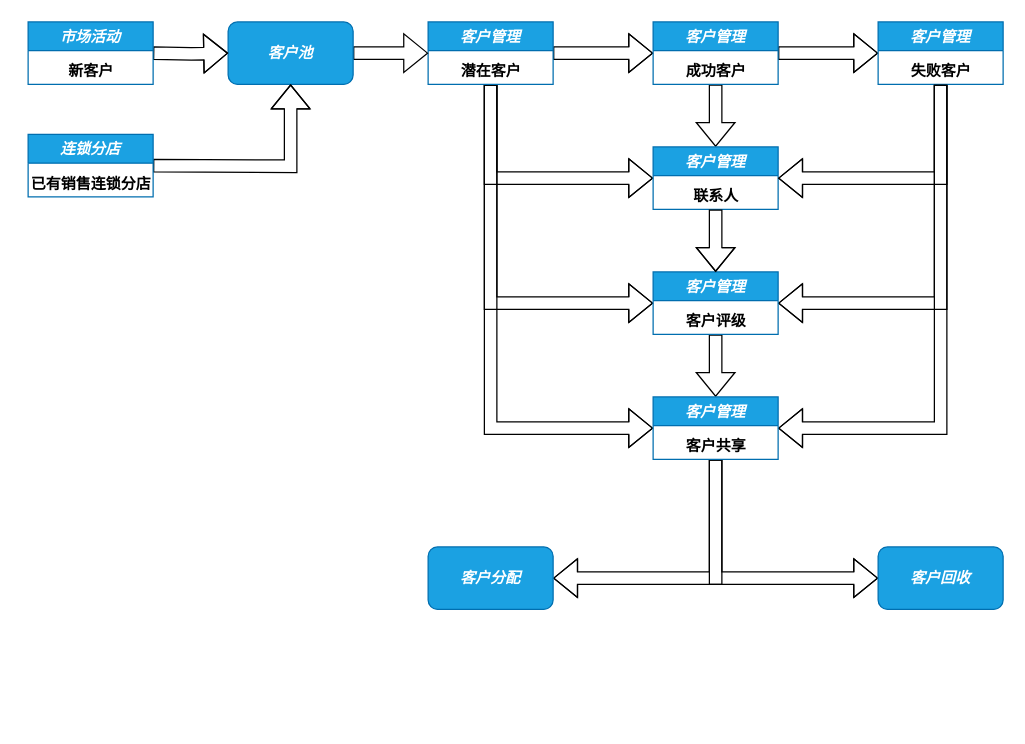
Before: page "客户管理" (2 of 3) of Untitled Diagram.drawio in rosickyli/Oracle_function, a draw.io diagram. Source tidied: cells renumbered, new cells numbered last; positions are measured from the earlier drawing's top-left corner, leaving out a move shared by most shapes. Both pictures are drawn from the tidied source at 125%, with x=0, y=0 at pixel (21, 21).
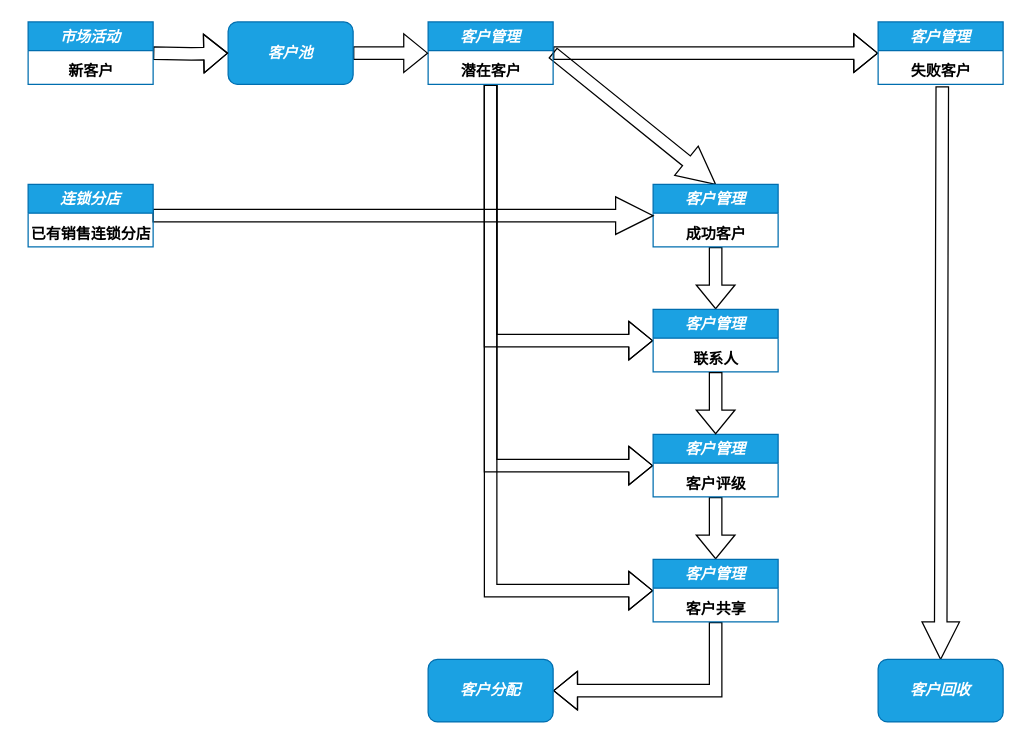
Above is the later version.

Unchanged cells that the change refers to:
```xml
<mxCell id="6" value="客户管理" style="swimlane;fontStyle=3;fillColor=#1ba1e2;strokeColor=#006EAF;fontColor=#ffffff;" parent="1" vertex="1">
  <mxGeometry x="325" width="100" height="50" as="geometry" />
</mxCell>
<mxCell id="7" value="&lt;b&gt;潜在客户&lt;/b&gt;" style="text;html=1;align=center;verticalAlign=middle;points=[];strokeColor=none;fillColor=none;" parent="6" vertex="1">
  <mxGeometry x="20" y="30" width="60" height="20" as="geometry" />
</mxCell>
<mxCell id="14" value="客户管理" style="swimlane;fontStyle=3;fillColor=#1ba1e2;strokeColor=#006EAF;fontColor=#ffffff;" parent="1" vertex="1">
  <mxGeometry x="685" width="100" height="50" as="geometry" />
</mxCell>
<mxCell id="15" value="&lt;b&gt;失败客户&lt;/b&gt;" style="text;html=1;align=center;verticalAlign=middle;points=[];strokeColor=none;fillColor=none;" parent="14" vertex="1">
  <mxGeometry x="20" y="30" width="60" height="20" as="geometry" />
</mxCell>
<mxCell id="17" value="&lt;b&gt;联系人&lt;/b&gt;" style="text;html=1;align=center;verticalAlign=middle;points=[];strokeColor=none;fillColor=none;" parent="16" vertex="1">
  <mxGeometry x="25" y="30" width="50" height="20" as="geometry" />
</mxCell>
<mxCell id="29" value="客户池" style="rounded=1;whiteSpace=wrap;html=1;fontColor=#ffffff;fillColor=#1ba1e2;strokeColor=#006EAF;fontStyle=3;" parent="1" vertex="1">
  <mxGeometry x="165" width="100" height="50" as="geometry" />
</mxCell>
```

The edit, as a diff of the source:
```diff
@@
     <mxCell id="2" style="edgeStyle=orthogonalEdgeStyle;shape=flexArrow;rounded=0;jettySize=auto;html=1;" parent="1" edge="1" source="6">
       <mxGeometry relative="1" as="geometry">
-        <mxPoint x="505" y="25" as="targetPoint" />
+        <mxPoint x="685" y="25" as="targetPoint" />
       </mxGeometry>
     </mxCell>
     <mxCell id="3" style="edgeStyle=orthogonalEdgeStyle;shape=flexArrow;rounded=0;jettySize=auto;html=1;entryX=0;entryY=0.5;entryDx=0;entryDy=0;" parent="1" edge="1" source="6" target="19">
       <mxGeometry relative="1" as="geometry">
         <Array as="points">
-          <mxPoint x="375" y="225" />
+          <mxPoint x="375" y="355" />
         </Array>
       </mxGeometry>
     </mxCell>
     <mxCell id="4" style="edgeStyle=orthogonalEdgeStyle;shape=flexArrow;rounded=0;jettySize=auto;html=1;entryX=0;entryY=0.5;entryDx=0;entryDy=0;" parent="1" edge="1" source="6" target="23">
       <mxGeometry relative="1" as="geometry">
         <Array as="points">
-          <mxPoint x="375" y="325" />
+          <mxPoint x="375" y="455" />
         </Array>
       </mxGeometry>
     </mxCell>
     <mxCell id="5" style="edgeStyle=orthogonalEdgeStyle;shape=flexArrow;rounded=0;jettySize=auto;html=1;entryX=0;entryY=0.5;entryDx=0;entryDy=0;exitX=0.5;exitY=1;exitDx=0;exitDy=0;exitPerimeter=0;" parent="1" edge="1" source="7" target="16">
       <mxGeometry relative="1" as="geometry">
         <Array as="points">
-          <mxPoint x="375" y="125" />
+          <mxPoint x="375" y="255" />
         </Array>
       </mxGeometry>
     </mxCell>
+    <mxCell id="37" style="edgeStyle=none;shape=arrow;curved=1;rounded=0;jettySize=auto;html=1;entryX=0.5;entryY=0;entryDx=0;entryDy=0;endArrow=open;startSize=14;endSize=14;sourcePerimeterSpacing=8;targetPerimeterSpacing=8;" parent="1" edge="1" target="10">
+      <mxGeometry relative="1" as="geometry">
+        <mxPoint x="425" y="25" as="sourcePoint" />
+      </mxGeometry>
+    </mxCell>
@@
-    <mxCell id="8" style="edgeStyle=orthogonalEdgeStyle;shape=flexArrow;rounded=0;jettySize=auto;html=1;" parent="1" edge="1" source="10">
-      <mxGeometry relative="1" as="geometry">
-        <mxPoint x="685" y="25" as="targetPoint" />
-      </mxGeometry>
-    </mxCell>
@@
     <mxCell id="10" value="客户管理" style="swimlane;fontStyle=3;fillColor=#1ba1e2;strokeColor=#006EAF;fontColor=#ffffff;" parent="1" vertex="1">
-      <mxGeometry x="505" width="100" height="50" as="geometry" />
+      <mxGeometry x="505" y="130" width="100" height="50" as="geometry" />
     </mxCell>
@@
-    <mxCell id="12" style="edgeStyle=orthogonalEdgeStyle;shape=flexArrow;rounded=0;jettySize=auto;html=1;" parent="1" edge="1" source="14">
-      <mxGeometry relative="1" as="geometry">
-        <mxPoint x="605" y="225" as="targetPoint" />
-        <Array as="points">
-          <mxPoint x="735" y="225" />
-        </Array>
-      </mxGeometry>
-    </mxCell>
-    <mxCell id="13" style="edgeStyle=orthogonalEdgeStyle;shape=flexArrow;rounded=0;jettySize=auto;html=1;" parent="1" edge="1" source="14">
-      <mxGeometry relative="1" as="geometry">
-        <mxPoint x="605" y="325" as="targetPoint" />
-        <Array as="points">
-          <mxPoint x="735" y="325" />
-        </Array>
-      </mxGeometry>
-    </mxCell>
+    <mxCell id="38" style="edgeStyle=none;shape=arrow;curved=1;rounded=0;jettySize=auto;html=1;entryX=0.5;entryY=0;entryDx=0;entryDy=0;endArrow=open;startSize=14;endSize=14;sourcePerimeterSpacing=8;targetPerimeterSpacing=8;exitX=0.522;exitY=1.1;exitDx=0;exitDy=0;exitPerimeter=0;" parent="1" edge="1" source="15" target="27">
+      <mxGeometry relative="1" as="geometry" />
+    </mxCell>
@@
     <mxCell id="16" value="客户管理" style="swimlane;fontStyle=3;fillColor=#1ba1e2;strokeColor=#006EAF;fontColor=#ffffff;" parent="1" vertex="1">
-      <mxGeometry x="505" y="100" width="100" height="50" as="geometry" />
+      <mxGeometry x="505" y="230" width="100" height="50" as="geometry" />
     </mxCell>
@@
     <mxCell id="19" value="客户管理" style="swimlane;fontStyle=3;fillColor=#1ba1e2;strokeColor=#006EAF;fontColor=#ffffff;startSize=23;" parent="1" vertex="1">
-      <mxGeometry x="505" y="200" width="100" height="50" as="geometry" />
+      <mxGeometry x="505" y="330" width="100" height="50" as="geometry" />
     </mxCell>
@@
-    <mxCell id="21" style="edgeStyle=orthogonalEdgeStyle;shape=flexArrow;rounded=0;jettySize=auto;html=1;entryX=0;entryY=0.5;entryDx=0;entryDy=0;" parent="1" edge="1" source="23" target="27">
-      <mxGeometry relative="1" as="geometry">
-        <Array as="points">
-          <mxPoint x="555" y="445" />
-        </Array>
-      </mxGeometry>
-    </mxCell>
     <mxCell id="22" style="edgeStyle=orthogonalEdgeStyle;rounded=0;jettySize=auto;html=1;entryX=1;entryY=0.5;entryDx=0;entryDy=0;shape=flexArrow;" parent="1" edge="1" source="23" target="26">
       <mxGeometry relative="1" as="geometry">
         <Array as="points">
-          <mxPoint x="555" y="445" />
+          <mxPoint x="555" y="535" />
         </Array>
       </mxGeometry>
     </mxCell>
     <mxCell id="23" value="客户管理" style="swimlane;fontStyle=3;fillColor=#1ba1e2;strokeColor=#006EAF;fontColor=#ffffff;" parent="1" vertex="1">
-      <mxGeometry x="505" y="300" width="100" height="50" as="geometry" />
+      <mxGeometry x="505" y="430" width="100" height="50" as="geometry" />
     </mxCell>
@@
-    <mxCell id="25" style="edgeStyle=orthogonalEdgeStyle;shape=flexArrow;rounded=0;jettySize=auto;html=1;" parent="1" edge="1" source="15">
-      <mxGeometry relative="1" as="geometry">
-        <mxPoint x="605" y="125" as="targetPoint" />
-        <Array as="points">
-          <mxPoint x="735" y="125" />
-        </Array>
-      </mxGeometry>
-    </mxCell>
     <mxCell id="26" value="客户分配" style="rounded=1;whiteSpace=wrap;html=1;fontColor=#ffffff;fillColor=#1ba1e2;strokeColor=#006EAF;fontStyle=3;" parent="1" vertex="1">
-      <mxGeometry x="325" y="420" width="100" height="50" as="geometry" />
+      <mxGeometry x="325" y="510" width="100" height="50" as="geometry" />
     </mxCell>
     <mxCell id="27" value="客户回收" style="rounded=1;whiteSpace=wrap;html=1;fontColor=#ffffff;fillColor=#1ba1e2;strokeColor=#006EAF;fontStyle=3;" parent="1" vertex="1">
-      <mxGeometry x="685" y="420" width="100" height="50" as="geometry" />
+      <mxGeometry x="685" y="510" width="100" height="50" as="geometry" />
     </mxCell>
@@
-    <mxCell id="30" style="edgeStyle=orthogonalEdgeStyle;shape=flexArrow;rounded=0;jettySize=auto;html=1;" parent="1" edge="1" source="17">
-      <mxGeometry relative="1" as="geometry">
-        <mxPoint x="555" y="200" as="targetPoint" />
-      </mxGeometry>
+    <mxCell id="30" style="edgeStyle=orthogonalEdgeStyle;shape=flexArrow;rounded=0;jettySize=auto;html=1;entryX=0.5;entryY=0;entryDx=0;entryDy=0;" parent="1" edge="1" source="17" target="19">
+      <mxGeometry relative="1" as="geometry" />
     </mxCell>
@@
-    <mxCell id="32" style="edgeStyle=orthogonalEdgeStyle;shape=flexArrow;rounded=0;jettySize=auto;html=1;entryX=0.5;entryY=1;entryDx=0;entryDy=0;" parent="1" edge="1" target="29">
-      <mxGeometry relative="1" as="geometry">
-        <mxPoint x="105" y="115" as="sourcePoint" />
-      </mxGeometry>
-    </mxCell>
+    <mxCell id="39" style="edgeStyle=none;shape=arrow;curved=1;rounded=0;jettySize=auto;html=1;entryX=0;entryY=0.5;entryDx=0;entryDy=0;endArrow=open;startSize=14;endSize=14;sourcePerimeterSpacing=8;targetPerimeterSpacing=8;exitX=1;exitY=0.5;exitDx=0;exitDy=0;" parent="1" edge="1" source="33" target="10">
+      <mxGeometry relative="1" as="geometry" />
+    </mxCell>
     <mxCell id="33" value="连锁分店" style="swimlane;fontStyle=3;fillColor=#1ba1e2;strokeColor=#006EAF;fontColor=#ffffff;" parent="1" vertex="1">
-      <mxGeometry x="5" y="90" width="100" height="50" as="geometry" />
+      <mxGeometry x="5" y="130" width="100" height="50" as="geometry" />
     </mxCell>
```
